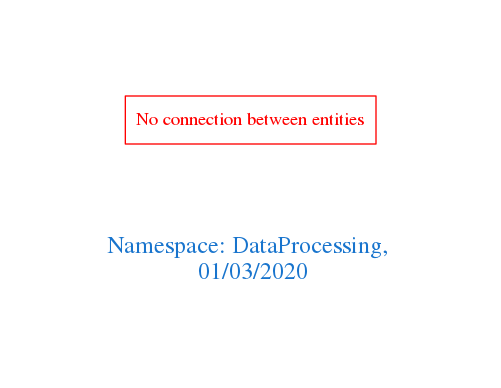
This is downloads/DataProcessing.png from arago/OGIT, a Graphviz export, as it was before one commit. Its source is kept beside it as downloads/DataProcessing.dot.
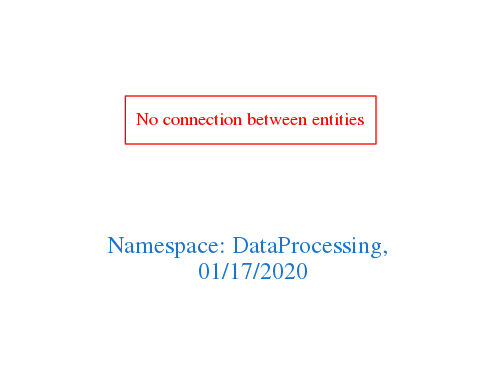
Later version of the same file.

The edit, as a diff of the source:
```diff
@@ -1,7 +1,7 @@
 digraph OGIT_ontology {
  graph [ rankdir= LR,pad=1
 fontsize = 18,
-fontcolor= dodgerblue3,label = "\n\n\nNamespace: DataProcessing, \n 01/03/2020"];
+fontcolor= dodgerblue3,label = "\n\n\nNamespace: DataProcessing, \n 01/17/2020"];
 node[shape=polygon];
 edge [  color="gray81"];
 
```
